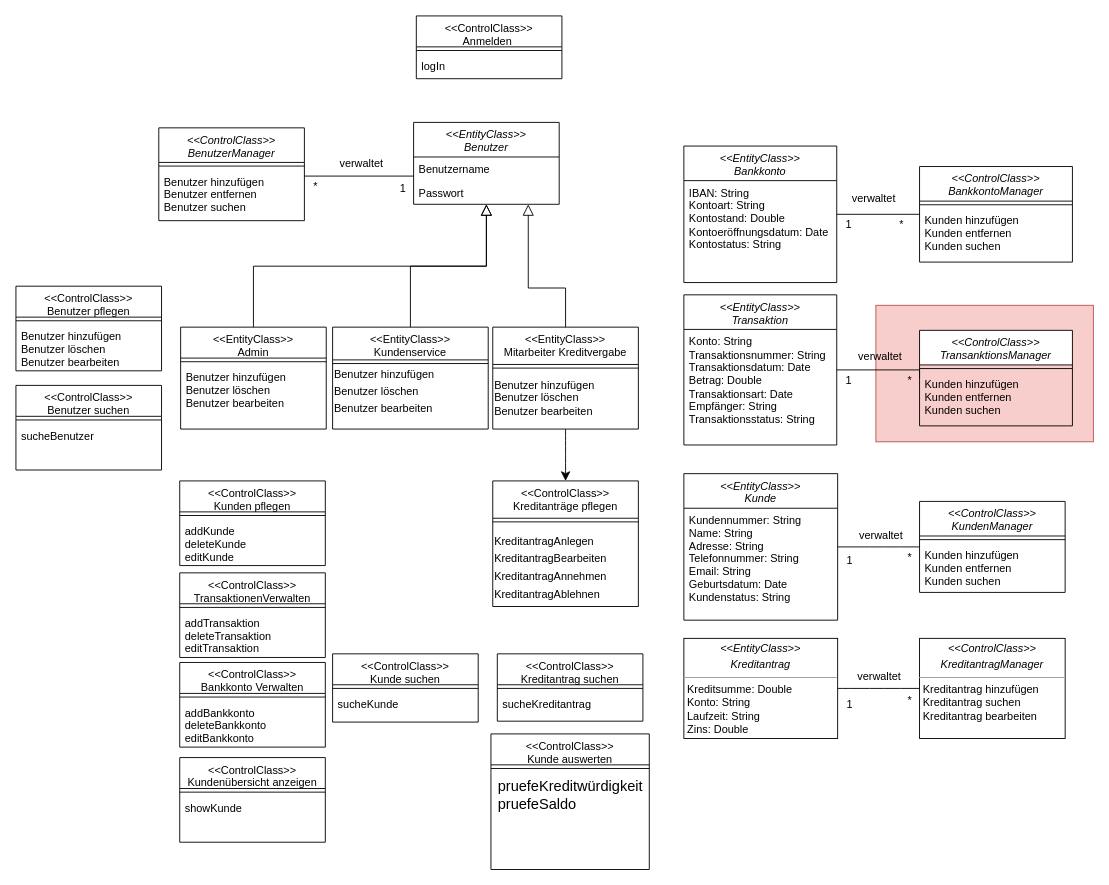
Before: page "Technischer Entwurf" (5 of 5) of Datenmodell.drawio in JaSc2912/VerteilteAnwendungen, a draw.io diagram. Source tidied: cells renumbered, new cells numbered last; positions are measured from the earlier drawing's top-left corner, leaving out a move shared by most shapes. Both pictures are drawn from the tidied source at 91%, with x=0, y=0 at pixel (15, 15).
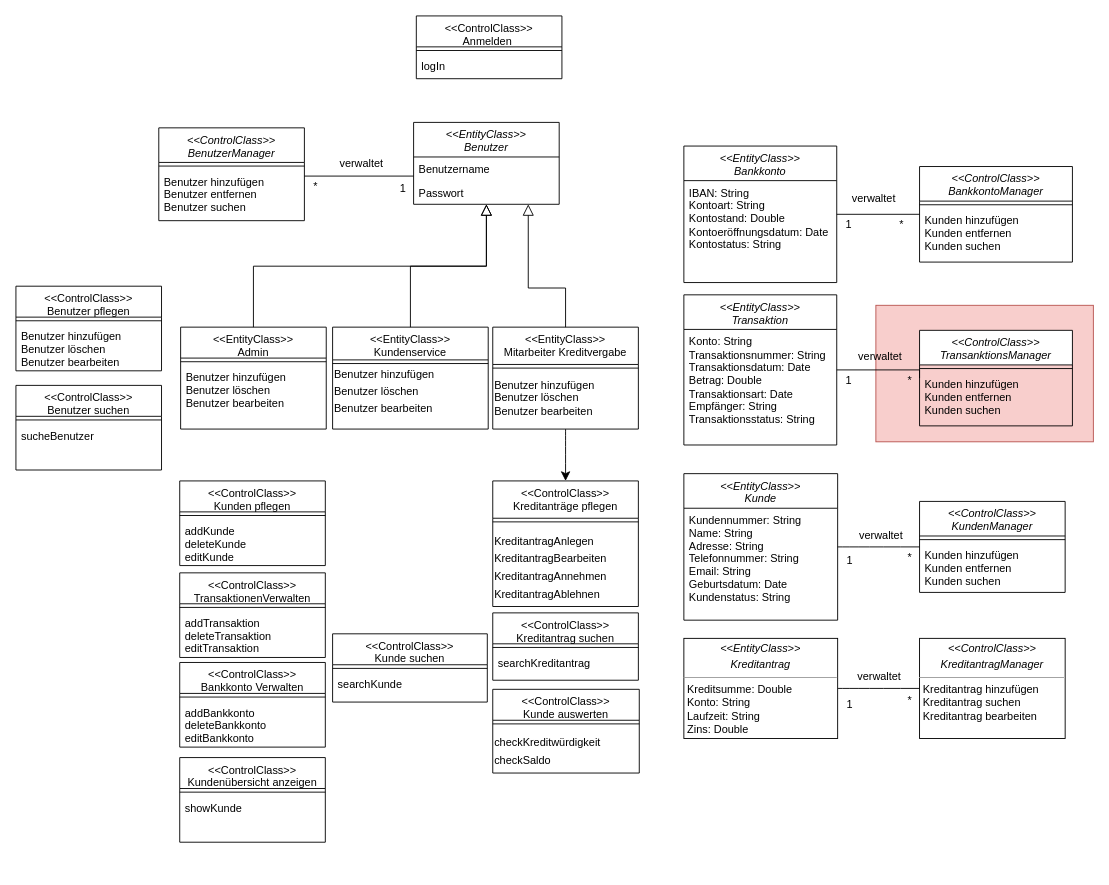
Above is the later version.

Change to the diagram source:
```diff
@@
     <mxCell id="68" value="&lt;&lt;ControlClass&gt;&gt;&#10;Kreditantrag suchen" style="swimlane;fontStyle=0;align=center;verticalAlign=top;horizontal=1;startSize=34;rounded=0;shadow=0;strokeWidth=1;" parent="1" vertex="1">
-      <mxGeometry x="529" y="701" width="160" height="74" as="geometry" />
+      <mxGeometry x="524" y="656" width="160" height="74" as="geometry" />
     </mxCell>
@@
-    <mxCell id="70" value="sucheKreditantrag" style="text;align=left;verticalAlign=top;spacingLeft=4;spacingRight=4;overflow=hidden;fontStyle=0;" parent="68" vertex="1">
+    <mxCell id="70" value="searchKreditantrag" style="text;align=left;verticalAlign=top;spacingLeft=4;spacingRight=4;overflow=hidden;fontStyle=0;" parent="68" vertex="1">
       <mxGeometry y="42" width="160" height="27" as="geometry" />
     </mxCell>
     <mxCell id="71" value="&lt;&lt;ControlClass&gt;&gt;&#10;Kunde auswerten" style="swimlane;fontStyle=0;align=center;verticalAlign=top;horizontal=1;startSize=34;rounded=0;shadow=0;strokeWidth=1;" parent="1" vertex="1">
-      <mxGeometry x="522" y="789" width="174" height="149" as="geometry" />
+      <mxGeometry x="524" y="740" width="161" height="92" as="geometry" />
     </mxCell>
     <mxCell id="72" style="line;html=1;strokeWidth=1;align=left;verticalAlign=middle;spacingTop=-1;spacingLeft=3;spacingRight=3;labelPosition=right;" parent="71" vertex="1">
-      <mxGeometry y="34" width="174" height="8" as="geometry" />
+      <mxGeometry y="34" width="161" height="8" as="geometry" />
     </mxCell>
-    <mxCell id="73" value="pruefeKreditwürdigkeit&lt;div style=&quot;text-align: left;&quot;&gt;pruefeSaldo&lt;/div&gt;" style="text;html=1;align=center;verticalAlign=middle;strokeColor=none;fillColor=none;fontSize=16;" parent="71" vertex="1">
-      <mxGeometry y="42" width="174" height="50" as="geometry" />
+    <mxCell id="73" value="&lt;font style=&quot;font-size: 12px;&quot;&gt;checkKreditwürdigkeit&lt;/font&gt;&lt;div style=&quot;&quot;&gt;&lt;font style=&quot;font-size: 12px;&quot;&gt;checkSaldo&lt;/font&gt;&lt;/div&gt;" style="text;html=1;align=left;verticalAlign=middle;strokeColor=none;fillColor=none;fontSize=16;" parent="71" vertex="1">
+      <mxGeometry y="42" width="161" height="50" as="geometry" />
     </mxCell>
     <mxCell id="74" value="&lt;&lt;ControlClass&gt;&gt;&#10;Kunde suchen" style="swimlane;fontStyle=0;align=center;verticalAlign=top;horizontal=1;startSize=34;rounded=0;shadow=0;strokeWidth=1;" parent="1" vertex="1">
-      <mxGeometry x="348" y="701" width="160" height="75" as="geometry" />
+      <mxGeometry x="348" y="679" width="170" height="75" as="geometry" />
     </mxCell>
     <mxCell id="75" style="line;html=1;strokeWidth=1;align=left;verticalAlign=middle;spacingTop=-1;spacingLeft=3;spacingRight=3;labelPosition=right;" parent="74" vertex="1">
-      <mxGeometry y="34" width="160" height="8" as="geometry" />
+      <mxGeometry y="34" width="170" height="8" as="geometry" />
     </mxCell>
-    <mxCell id="76" value="sucheKunde" style="text;align=left;verticalAlign=top;spacingLeft=4;spacingRight=4;overflow=hidden;fontStyle=0;" parent="74" vertex="1">
-      <mxGeometry y="42" width="160" height="33" as="geometry" />
+    <mxCell id="76" value="searchKunde" style="text;align=left;verticalAlign=top;spacingLeft=4;spacingRight=4;overflow=hidden;fontStyle=0;" parent="74" vertex="1">
+      <mxGeometry y="42" width="170" height="33" as="geometry" />
     </mxCell>
```
